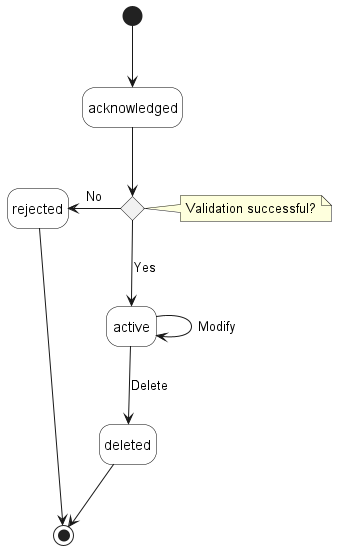
The PlantUML diagram documentation/serviceApi/pm/performance/media/performanceProfileStates.png in MEF-GIT/MEF-LSO-Legato-SDK, before a commit. The source it was exported from:
```plantuml
@startuml performanceProfileStates

skinparam state {
    BackgroundColor White
    BorderColor Black
}
hide empty description

state validation_successful <<choice>>
 note right of validation_successful : Validation successful?

[*] -d-> acknowledged

acknowledged -d-> validation_successful

validation_successful -l-> rejected: No

validation_successful -d-> active: Yes

active -d-> active: Modify

active --> deleted: Delete

rejected -d-> [*]
deleted -d-> [*]

@enduml
```
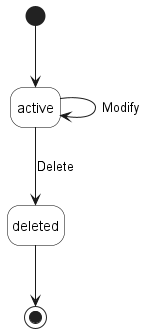
The same diagram one commit later.

What changed in the source:
```diff
@@ -6,22 +6,12 @@
 }
 hide empty description
 
-state validation_successful <<choice>>
- note right of validation_successful : Validation successful?
-
-[*] -d-> acknowledged
-
-acknowledged -d-> validation_successful
-
-validation_successful -l-> rejected: No
-
-validation_successful -d-> active: Yes
+[*] -d-> active
 
 active -d-> active: Modify
 
 active --> deleted: Delete
 
-rejected -d-> [*]
 deleted -d-> [*]
 
 @enduml
```
